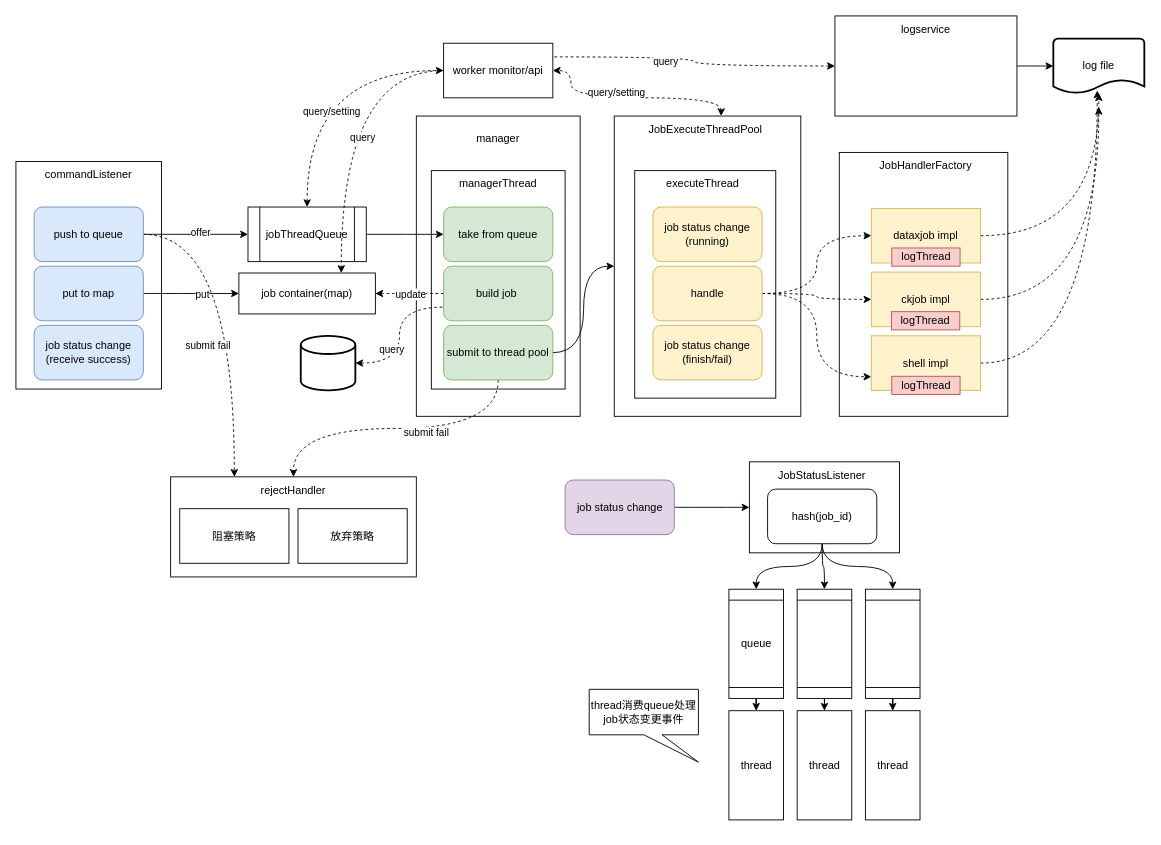
Before: Untitled Diagram.drawio in imapach/notes, a draw.io diagram. Source tidied: cells renumbered, new cells numbered last; positions are measured from the earlier drawing's top-left corner, leaving out a move shared by most shapes. Both pictures are drawn from the tidied source at 91%, with x=0, y=0 at pixel (15, 15).
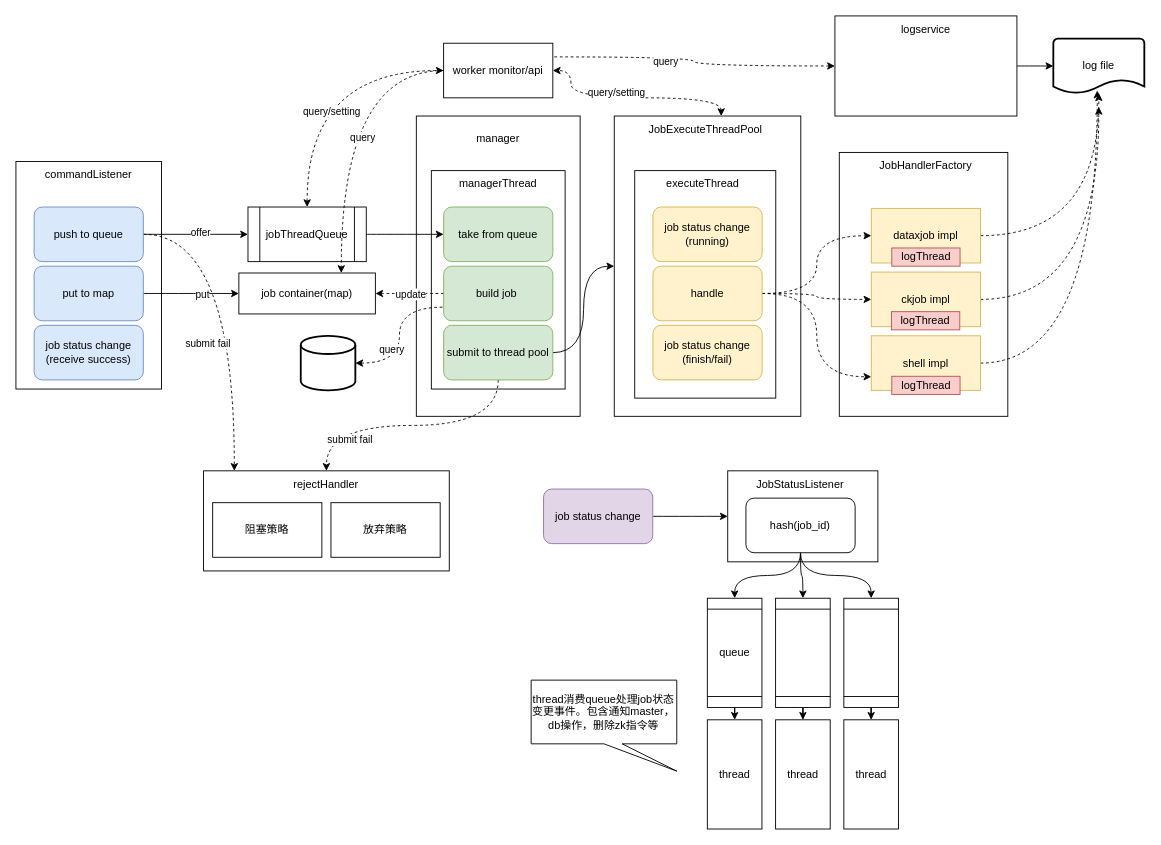
After the change.

Unchanged cells that the change refers to:
```xml
<mxCell id="48" style="edgeStyle=orthogonalEdgeStyle;curved=1;rounded=0;jettySize=auto;html=1;dashed=1;exitX=0.5;exitY=1;exitDx=0;exitDy=0;" parent="1" edge="1" source="50" target="51">
  <mxGeometry relative="1" as="geometry" />
</mxCell>
```

Change to the diagram source:
```diff
@@
     <mxCell id="15" style="rounded=0;whiteSpace=wrap;html=1;" parent="1" vertex="1">
-      <mxGeometry x="806" y="490" width="165" height="100" as="geometry" />
+      <mxGeometry x="782.2" y="499.9" width="165" height="100" as="geometry" />
     </mxCell>
@@
     <mxCell id="24" value="queue" style="shape=process;whiteSpace=wrap;html=1;backgroundOutline=1;direction=south;" parent="1" vertex="1">
-      <mxGeometry x="783.5" y="630" width="60" height="120" as="geometry" />
+      <mxGeometry x="759.8" y="639.9" width="60" height="120" as="geometry" />
     </mxCell>
@@
     <mxCell id="26" style="shape=process;whiteSpace=wrap;html=1;backgroundOutline=1;direction=south;" parent="1" vertex="1">
-      <mxGeometry x="858.5" y="630" width="60" height="120" as="geometry" />
+      <mxGeometry x="834.8" y="639.9" width="60" height="120" as="geometry" />
     </mxCell>
@@
     <mxCell id="28" style="shape=process;whiteSpace=wrap;html=1;backgroundOutline=1;direction=south;" parent="1" vertex="1">
-      <mxGeometry x="933.5" y="630" width="60" height="120" as="geometry" />
+      <mxGeometry x="909.8" y="639.9" width="60" height="120" as="geometry" />
     </mxCell>
@@
     <mxCell id="32" value="hash(job_id)" style="rounded=1;whiteSpace=wrap;html=1;" parent="1" vertex="1">
-      <mxGeometry x="826" y="520" width="120" height="60" as="geometry" />
+      <mxGeometry x="802.2" y="529.9" width="120" height="60" as="geometry" />
     </mxCell>
     <mxCell id="33" value="JobStatusListener" style="text;html=1;strokeColor=none;fillColor=none;align=center;verticalAlign=middle;whiteSpace=wrap;rounded=0;" parent="1" vertex="1">
-      <mxGeometry x="856" y="490" width="60" height="30" as="geometry" />
+      <mxGeometry x="832.2" y="499.9" width="60" height="30" as="geometry" />
     </mxCell>
@@
     <mxCell id="35" value="thread" style="rounded=0;whiteSpace=wrap;html=1;direction=south;" parent="1" vertex="1">
-      <mxGeometry x="783.5" y="763.5" width="60" height="120" as="geometry" />
+      <mxGeometry x="759.8" y="773.5" width="60" height="120" as="geometry" />
     </mxCell>
     <mxCell id="36" value="thread" style="rounded=0;whiteSpace=wrap;html=1;direction=south;" parent="1" vertex="1">
-      <mxGeometry x="858.5" y="763.5" width="60" height="120" as="geometry" />
+      <mxGeometry x="834.8" y="773.5" width="60" height="120" as="geometry" />
     </mxCell>
     <mxCell id="37" value="thread" style="rounded=0;whiteSpace=wrap;html=1;direction=south;" parent="1" vertex="1">
-      <mxGeometry x="933.5" y="763.5" width="60" height="120" as="geometry" />
+      <mxGeometry x="909.8" y="773.5" width="60" height="120" as="geometry" />
     </mxCell>
@@
     <mxCell id="49" value="submit fail" style="edgeLabel;html=1;align=center;verticalAlign=middle;" parent="48" vertex="1">
       <mxGeometry x="-0.2" y="21" relative="1" as="geometry">
-        <mxPoint y="-17" as="offset" />
+        <mxPoint x="-99" y="-6" as="offset" />
       </mxGeometry>
     </mxCell>
@@
     <mxCell id="51" style="rounded=0;whiteSpace=wrap;html=1;" parent="1" vertex="1">
-      <mxGeometry x="170" y="506.5" width="270" height="110" as="geometry" />
+      <mxGeometry x="206.2" y="499.9" width="270" height="110" as="geometry" />
     </mxCell>
     <mxCell id="52" value="rejectHandler" style="text;html=1;strokeColor=none;fillColor=none;align=center;verticalAlign=middle;whiteSpace=wrap;rounded=0;" parent="1" vertex="1">
-      <mxGeometry x="275" y="506.5" width="60" height="30" as="geometry" />
+      <mxGeometry x="311.2" y="499.9" width="60" height="30" as="geometry" />
     </mxCell>
-    <mxCell id="53" value="&lt;span&gt;thread消费queue处理job状态变更事件&lt;/span&gt;" style="shape=callout;whiteSpace=wrap;html=1;perimeter=calloutPerimeter;position2=1;" parent="1" vertex="1">
-      <mxGeometry x="630" y="740" width="120" height="80" as="geometry" />
+    <mxCell id="53" value="&lt;span&gt;thread消费queue处理job状态变更事件。包含通知master，db操作，删除zk指令等&lt;br&gt;&lt;/span&gt;" style="shape=callout;whiteSpace=wrap;html=1;perimeter=calloutPerimeter;position2=1;" parent="1" vertex="1">
+      <mxGeometry x="566.2" y="729.9" width="160" height="100" as="geometry" />
     </mxCell>
     <mxCell id="54" value="阻塞策略" style="rounded=0;whiteSpace=wrap;html=1;" parent="1" vertex="1">
-      <mxGeometry x="180" y="541.5" width="120" height="60" as="geometry" />
+      <mxGeometry x="216.2" y="534.9" width="120" height="60" as="geometry" />
     </mxCell>
     <mxCell id="55" value="放弃策略" style="rounded=0;whiteSpace=wrap;html=1;" parent="1" vertex="1">
-      <mxGeometry x="310" y="541.5" width="120" height="60" as="geometry" />
+      <mxGeometry x="346.2" y="534.9" width="120" height="60" as="geometry" />
     </mxCell>
@@
     <mxCell id="68" value="job status change" style="rounded=1;whiteSpace=wrap;html=1;fillColor=#e1d5e7;strokeColor=#9673a6;" parent="1" vertex="1">
-      <mxGeometry x="603.5" y="510" width="120" height="60" as="geometry" />
+      <mxGeometry x="579.8" y="519.9" width="120" height="60" as="geometry" />
     </mxCell>
```
